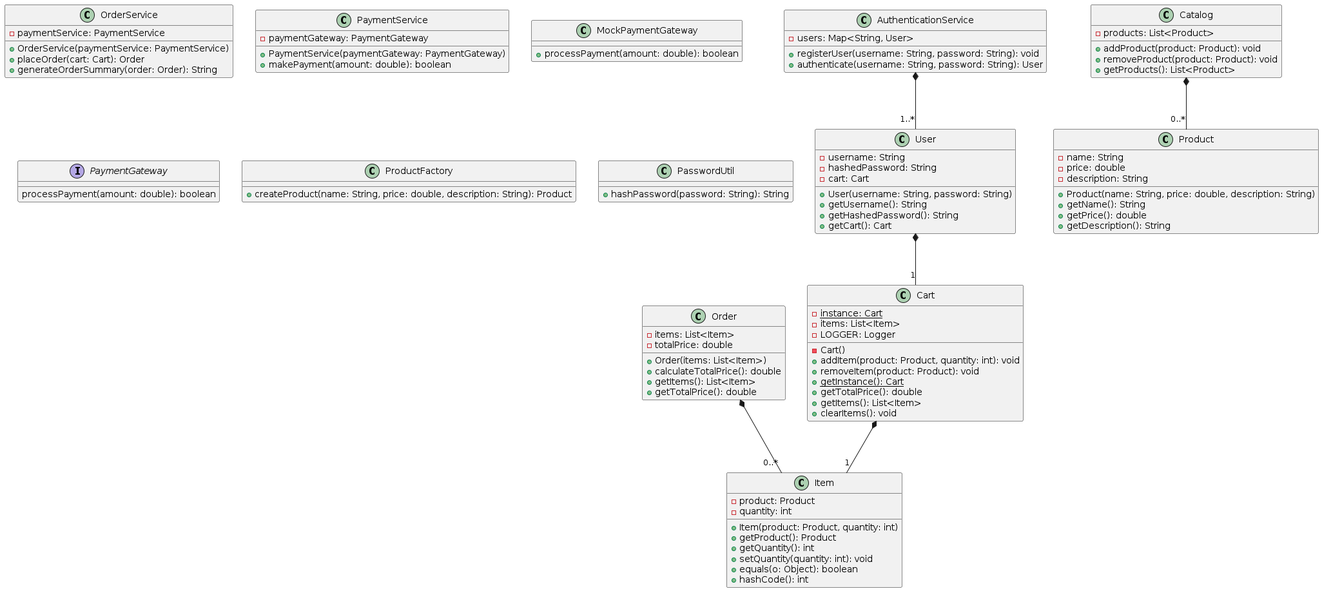
This is plantuml.png from mplaczek99/SE450-Final, a PlantUML export, as it was before one commit.
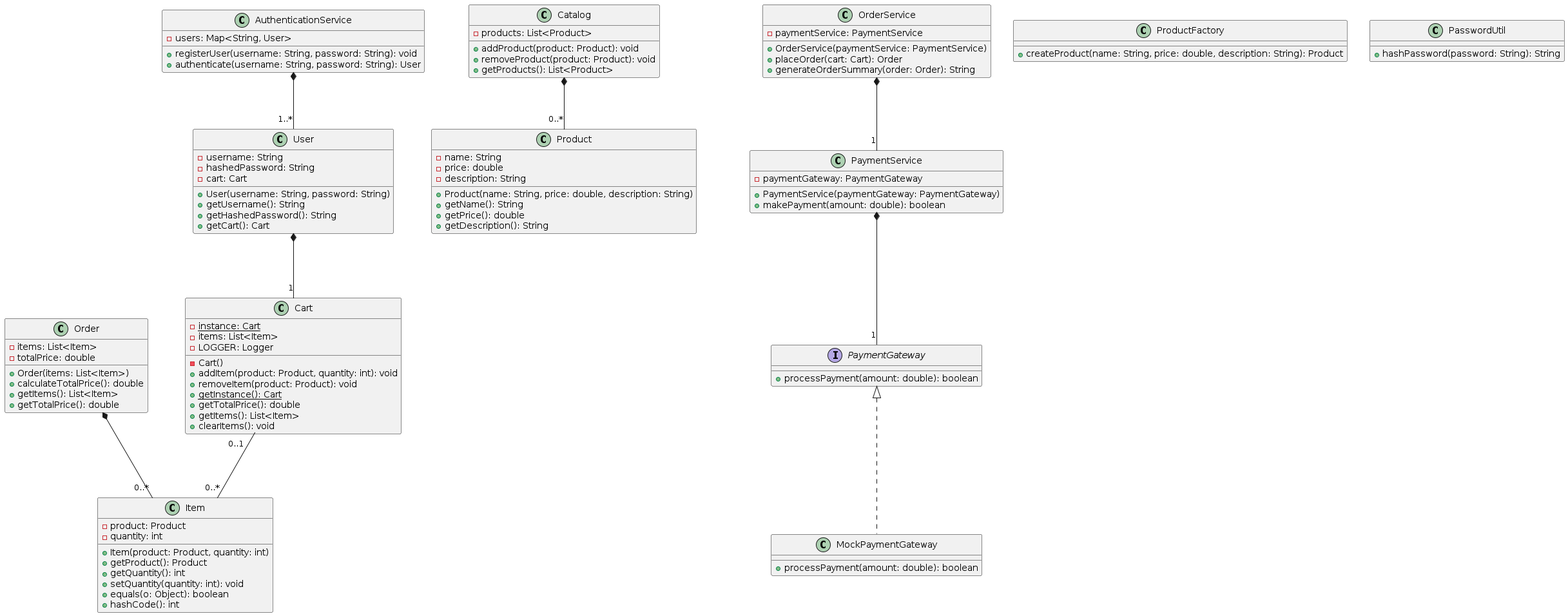
After the change.

Commit message:
Modifying UMLs is hard

The edit, as a diff of the source:
```diff
@@ -2,103 +2,105 @@
 
 class Cart {
   {static} - instance: Cart
-  -items: List<Item>
-  -LOGGER: Logger
-  -Cart()
-  +addItem(product: Product, quantity: int): void
-  +removeItem(product: Product): void
-  {static} +getInstance(): Cart
-  +getTotalPrice(): double
-  +getItems(): List<Item>
-  +clearItems(): void
+  - items: List<Item>
+  - LOGGER: Logger
+  - Cart()
+  + addItem(product: Product, quantity: int): void
+  + removeItem(product: Product): void
+  {static} + getInstance(): Cart
+  + getTotalPrice(): double
+  + getItems(): List<Item>
+  + clearItems(): void
 }
 
 class Catalog {
-  -products: List<Product>
-  +addProduct(product: Product): void
-  +removeProduct(product: Product): void
-  +getProducts(): List<Product>
+  - products: List<Product>
+  + addProduct(product: Product): void
+  + removeProduct(product: Product): void
+  + getProducts(): List<Product>
 }
 
 class Item {
-  -product: Product
-  -quantity: int
-  +Item(product: Product, quantity: int)
-  +getProduct(): Product
-  +getQuantity(): int
-  +setQuantity(quantity: int): void
-  +equals(o: Object): boolean
-  +hashCode(): int
+  - product: Product
+  - quantity: int
+  + Item(product: Product, quantity: int)
+  + getProduct(): Product
+  + getQuantity(): int
+  + setQuantity(quantity: int): void
+  + equals(o: Object): boolean
+  + hashCode(): int
 }
 
 class Order {
-  -items: List<Item>
-  -totalPrice: double
-  +Order(items: List<Item>)
-  +calculateTotalPrice(): double
-  +getItems(): List<Item>
-  +getTotalPrice(): double
+  - items: List<Item>
+  - totalPrice: double
+  + Order(items: List<Item>)
+  + calculateTotalPrice(): double
+  + getItems(): List<Item>
+  + getTotalPrice(): double
 }
 
 class OrderService {
-  -paymentService: PaymentService
-  +OrderService(paymentService: PaymentService)
-  +placeOrder(cart: Cart): Order
-  +generateOrderSummary(order: Order): String
+  - paymentService: PaymentService
+  + OrderService(paymentService: PaymentService)
+  + placeOrder(cart: Cart): Order
+  + generateOrderSummary(order: Order): String
 }
 
 class PaymentService {
-  -paymentGateway: PaymentGateway
-  +PaymentService(paymentGateway: PaymentGateway)
-  +makePayment(amount: double): boolean
-}
-
-class MockPaymentGateway {
-  +processPayment(amount: double): boolean
+  - paymentGateway: PaymentGateway
+  + PaymentService(paymentGateway: PaymentGateway)
+  + makePayment(amount: double): boolean
 }
 
 interface PaymentGateway {
-  processPayment(amount: double): boolean
+  + processPayment(amount: double): boolean
+}
+
+class MockPaymentGateway implements PaymentGateway {
+  + processPayment(amount: double): boolean
 }
 
 class Product {
-  -name: String
-  -price: double
-  -description: String
-  +Product(name: String, price: double, description: String)
-  +getName(): String
-  +getPrice(): double
-  +getDescription(): String
+  - name: String
+  - price: double
+  - description: String
+  + Product(name: String, price: double, description: String)
+  + getName(): String
+  + getPrice(): double
+  + getDescription(): String
 }
 
 class ProductFactory {
-  +createProduct(name: String, price: double, description: String): Product
+  + createProduct(name: String, price: double, description: String): Product
 }
 
 class User {
-  -username: String
-  -hashedPassword: String
-  -cart: Cart
-  +User(username: String, password: String)
-  +getUsername(): String
-  +getHashedPassword(): String
-  +getCart(): Cart
+  - username: String
+  - hashedPassword: String
+  - cart: Cart
+  + User(username: String, password: String)
+  + getUsername(): String
+  + getHashedPassword(): String
+  + getCart(): Cart
 }
 
 class AuthenticationService {
-  -users: Map<String, User>
-  +registerUser(username: String, password: String): void
-  +authenticate(username: String, password: String): User
+  - users: Map<String, User>
+  + registerUser(username: String, password: String): void
+  + authenticate(username: String, password: String): User
 }
 
 class PasswordUtil {
-  +hashPassword(password: String): String
+  + hashPassword(password: String): String
 }
 
-Cart *-- "1" Item
+Cart "0..1" -- "0..*" Item
 Catalog *-- "0..*" Product
 Order *-- "0..*" Item
 User *-- "1" Cart
+OrderService *-- "1" PaymentService
+PaymentService *-- "1" PaymentGateway
 AuthenticationService *-- "1..*" User
 
 @enduml
```
